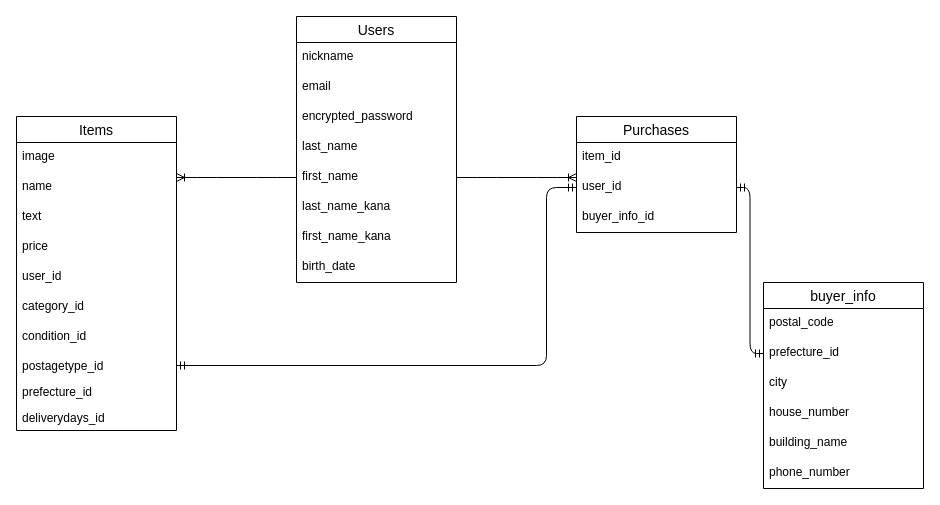
This is page "DB(ER)" (1 of 4) of text.dio from jujuko75/furima-30931, a draw.io file, before an edit. Source tidied: cells renumbered, new cells numbered last; positions are measured from the earlier drawing's top-left corner, leaving out a move shared by most shapes. Both pictures are drawn from the tidied source at 100%, with x=0, y=0 at pixel (16, 16).
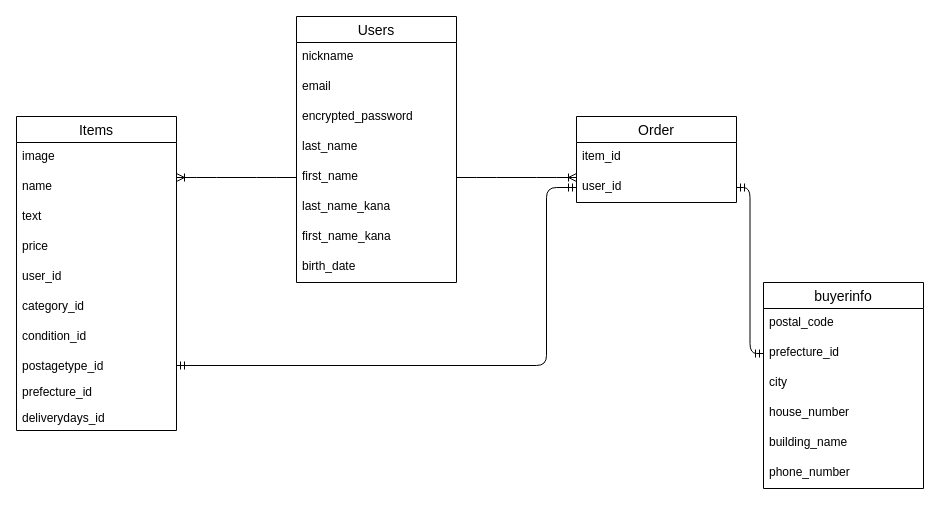
Above is the later version.

Change to the diagram source:
```diff
@@
-    <mxCell id="22" value="Purchases" style="swimlane;fontStyle=0;horizontal=1;startSize=26;align=center;fontSize=14;" parent="1" vertex="1">
-      <mxGeometry x="560" y="100" width="160" height="116" as="geometry" />
+    <mxCell id="22" value="Order" style="swimlane;fontStyle=0;horizontal=1;startSize=26;align=center;fontSize=14;" parent="1" vertex="1">
+      <mxGeometry x="560" y="100" width="160" height="86" as="geometry" />
     </mxCell>
@@
-    <mxCell id="25" value="buyer_info_id" style="text;strokeColor=none;fillColor=none;spacingLeft=4;spacingRight=4;overflow=hidden;fontSize=12;" parent="22" vertex="1">
-      <mxGeometry y="86" width="160" height="30" as="geometry" />
-    </mxCell>
@@
-    <mxCell id="29" value="buyer_info" style="swimlane;fontStyle=0;horizontal=1;startSize=26;align=center;fontSize=14;" parent="1" vertex="1">
+    <mxCell id="29" value="buyerinfo" style="swimlane;fontStyle=0;horizontal=1;startSize=26;align=center;fontSize=14;" parent="1" vertex="1">
       <mxGeometry x="747" y="266" width="160" height="206" as="geometry" />
     </mxCell>
```
